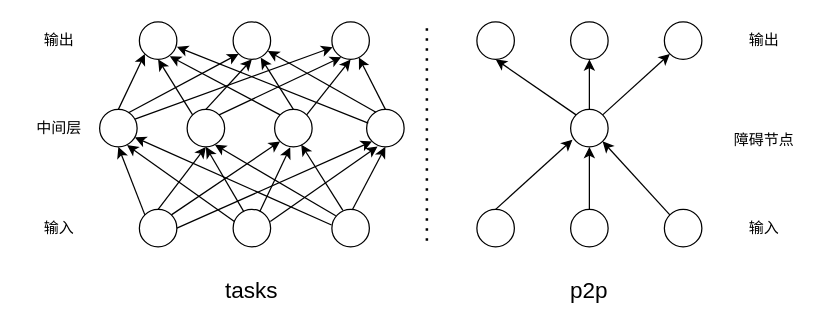
The draw.io diagram drawio/ch-dask-dataframe/shuffle-tasks-p2p.drawio in godaai/scale-py-zh, before the edit. Source tidied: cells renumbered, new cells numbered last; positions are measured from the earlier drawing's top-left corner, leaving out a move shared by most shapes. Both pictures are drawn from the tidied source at 125%, with x=0, y=0 at pixel (21, 21).
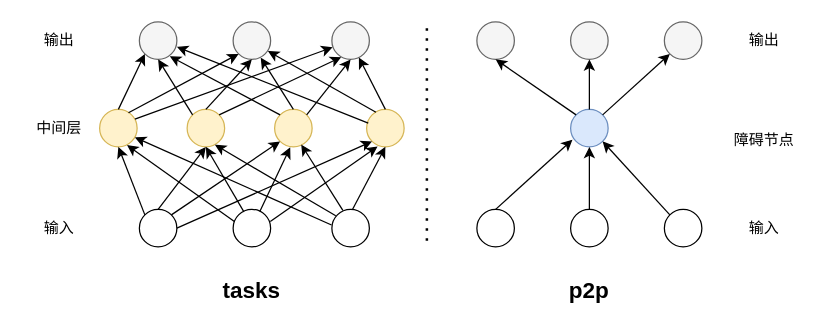
The same page after the edit.

Diff of the diagram source:
```diff
@@
-    <mxCell id="2" style="ellipse;whiteSpace=wrap;html=1;" parent="1" vertex="1">
+    <mxCell id="2" style="ellipse;whiteSpace=wrap;html=1;fillColor=#f5f5f5;fontColor=#333333;strokeColor=#666666;" parent="1" vertex="1">
       <mxGeometry x="94" width="30" height="30" as="geometry" />
     </mxCell>
-    <mxCell id="3" style="ellipse;whiteSpace=wrap;html=1;" parent="1" vertex="1">
+    <mxCell id="3" style="ellipse;whiteSpace=wrap;html=1;fillColor=#f5f5f5;fontColor=#333333;strokeColor=#666666;" parent="1" vertex="1">
       <mxGeometry x="169" width="30" height="30" as="geometry" />
     </mxCell>
-    <mxCell id="4" style="ellipse;whiteSpace=wrap;html=1;" parent="1" vertex="1">
+    <mxCell id="4" style="ellipse;whiteSpace=wrap;html=1;fillColor=#f5f5f5;fontColor=#333333;strokeColor=#666666;" parent="1" vertex="1">
       <mxGeometry x="248" width="30" height="30" as="geometry" />
     </mxCell>
-    <mxCell id="5" style="ellipse;whiteSpace=wrap;html=1;" parent="1" vertex="1">
+    <mxCell id="5" style="ellipse;whiteSpace=wrap;html=1;fillColor=#fff2cc;strokeColor=#d6b656;" parent="1" vertex="1">
       <mxGeometry x="62.2" y="70" width="30" height="30" as="geometry" />
     </mxCell>
-    <mxCell id="6" style="ellipse;whiteSpace=wrap;html=1;" parent="1" vertex="1">
+    <mxCell id="6" style="ellipse;whiteSpace=wrap;html=1;fillColor=#fff2cc;strokeColor=#d6b656;" parent="1" vertex="1">
       <mxGeometry x="132.2" y="70" width="30" height="30" as="geometry" />
     </mxCell>
-    <mxCell id="7" style="ellipse;whiteSpace=wrap;html=1;" parent="1" vertex="1">
+    <mxCell id="7" style="ellipse;whiteSpace=wrap;html=1;fillColor=#fff2cc;strokeColor=#d6b656;" parent="1" vertex="1">
       <mxGeometry x="202.2" y="70" width="30" height="30" as="geometry" />
     </mxCell>
-    <mxCell id="8" style="ellipse;whiteSpace=wrap;html=1;" parent="1" vertex="1">
+    <mxCell id="8" style="ellipse;whiteSpace=wrap;html=1;fillColor=#fff2cc;strokeColor=#d6b656;" parent="1" vertex="1">
       <mxGeometry x="275.8" y="70" width="30" height="30" as="geometry" />
     </mxCell>
@@
-    <mxCell id="39" value="&lt;font style=&quot;font-size: 18px;&quot;&gt;tasks&lt;/font&gt;" style="text;html=1;strokeColor=none;fillColor=none;align=center;verticalAlign=middle;whiteSpace=wrap;rounded=0;" parent="1" vertex="1">
+    <mxCell id="39" value="&lt;font style=&quot;font-size: 18px;&quot;&gt;&lt;b&gt;tasks&lt;/b&gt;&lt;/font&gt;" style="text;html=1;strokeColor=none;fillColor=none;align=center;verticalAlign=middle;whiteSpace=wrap;rounded=0;" parent="1" vertex="1">
       <mxGeometry x="154" y="200" width="60" height="30" as="geometry" />
     </mxCell>
@@
-    <mxCell id="44" style="ellipse;whiteSpace=wrap;html=1;" parent="1" vertex="1">
+    <mxCell id="44" style="ellipse;whiteSpace=wrap;html=1;fillColor=#f5f5f5;fontColor=#333333;strokeColor=#666666;" parent="1" vertex="1">
       <mxGeometry x="364" width="30" height="30" as="geometry" />
     </mxCell>
-    <mxCell id="45" style="ellipse;whiteSpace=wrap;html=1;" parent="1" vertex="1">
+    <mxCell id="45" style="ellipse;whiteSpace=wrap;html=1;fillColor=#f5f5f5;fontColor=#333333;strokeColor=#666666;" parent="1" vertex="1">
       <mxGeometry x="439" width="30" height="30" as="geometry" />
     </mxCell>
-    <mxCell id="46" style="ellipse;whiteSpace=wrap;html=1;" parent="1" vertex="1">
+    <mxCell id="46" style="ellipse;whiteSpace=wrap;html=1;fillColor=#f5f5f5;fontColor=#333333;strokeColor=#666666;" parent="1" vertex="1">
       <mxGeometry x="514" width="30" height="30" as="geometry" />
     </mxCell>
-    <mxCell id="47" style="ellipse;whiteSpace=wrap;html=1;" parent="1" vertex="1">
+    <mxCell id="47" style="ellipse;whiteSpace=wrap;html=1;fillColor=#dae8fc;strokeColor=#6c8ebf;" parent="1" vertex="1">
       <mxGeometry x="439" y="70" width="30" height="30" as="geometry" />
     </mxCell>
@@
-    <mxCell id="54" value="&lt;span style=&quot;font-size: 18px;&quot;&gt;p2p&lt;/span&gt;" style="text;html=1;strokeColor=none;fillColor=none;align=center;verticalAlign=middle;whiteSpace=wrap;rounded=0;" parent="1" vertex="1">
+    <mxCell id="54" value="&lt;span style=&quot;font-size: 18px;&quot;&gt;&lt;b&gt;p2p&lt;/b&gt;&lt;/span&gt;" style="text;html=1;strokeColor=none;fillColor=none;align=center;verticalAlign=middle;whiteSpace=wrap;rounded=0;" parent="1" vertex="1">
       <mxGeometry x="424" y="200" width="60" height="30" as="geometry" />
     </mxCell>
```
